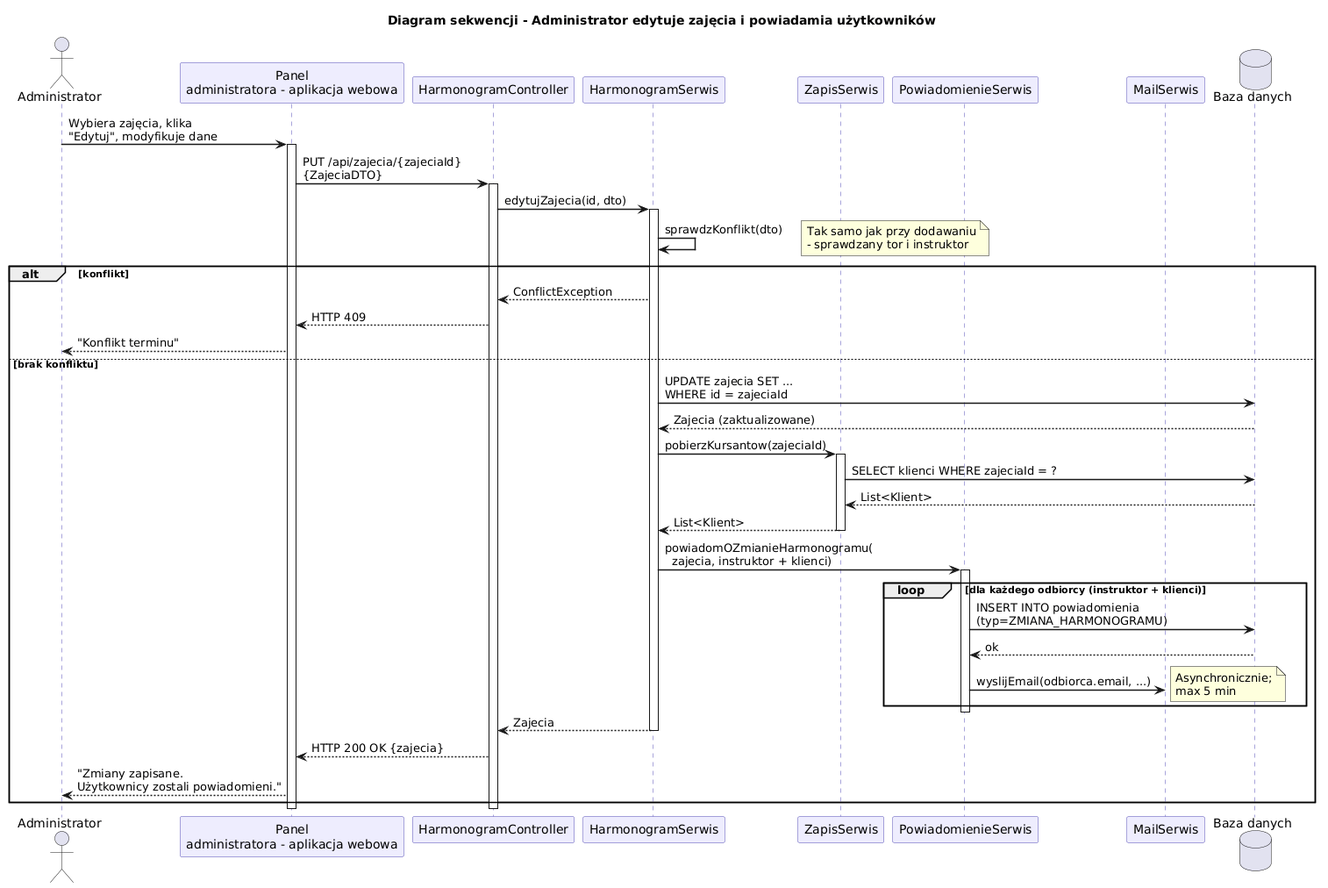
Above: DiagramySekwencji/edycjaZajecSekwencja.png in lukaszdeja/Delfinek (PlantUML), before the change.
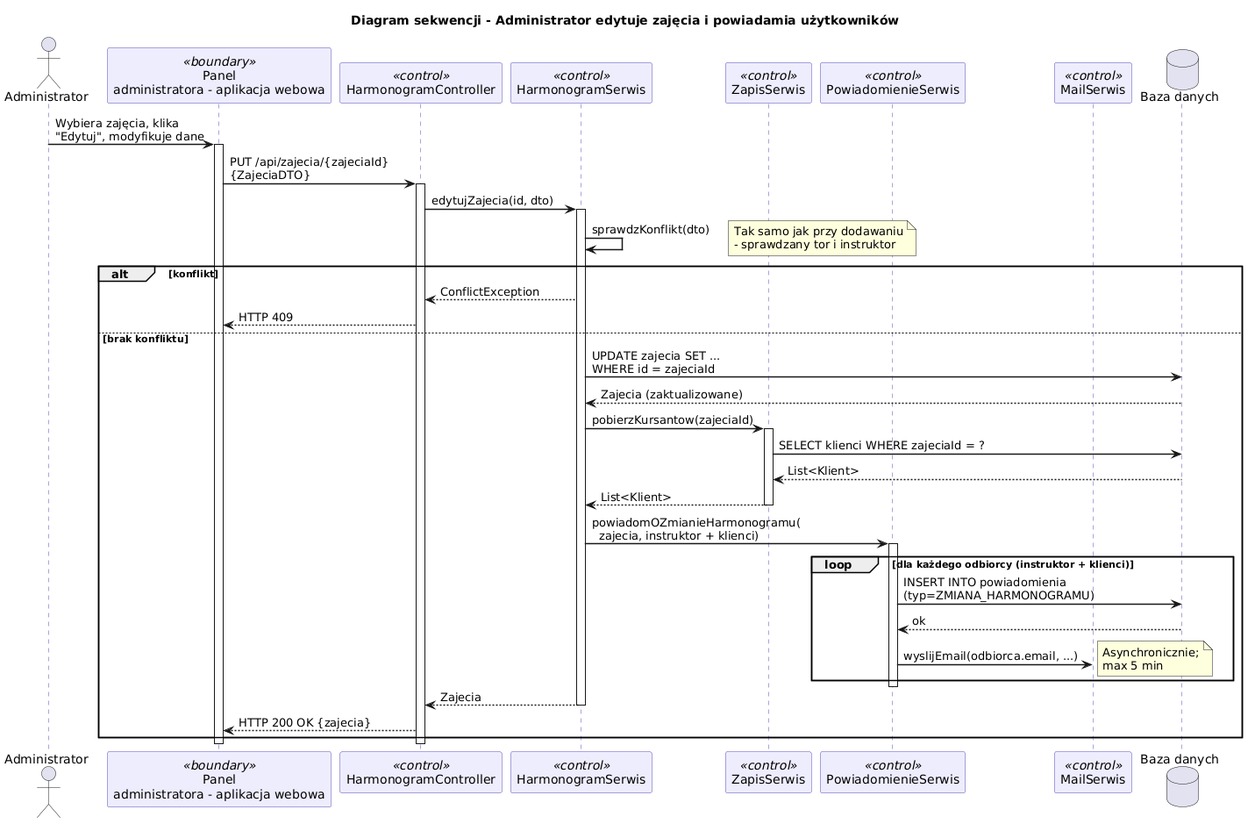
The same diagram one commit later.

What changed in the source:
```diff
@@ -7,12 +7,12 @@
 skinparam sequenceLifeLineBorderColor #534AB7
 
 actor Administrator as A
-participant "Panel\nadministratora - aplikacja webowa" as UI
-participant "HarmonogramController" as CTRL
-participant "HarmonogramSerwis" as HS
-participant "ZapisSerwis" as ZS
-participant "PowiadomienieSerwis" as PS
-participant "MailSerwis" as MAIL
+participant "Panel\nadministratora - aplikacja webowa" as UI <<boundary>>
+participant "HarmonogramController" as CTRL <<control>>
+participant "HarmonogramSerwis" as HS <<control>>
+participant "ZapisSerwis" as ZS <<control>>
+participant "PowiadomienieSerwis" as PS <<control>>
+participant "MailSerwis" as MAIL <<control>>
 database "Baza danych" as DB
 
 A -> UI : Wybiera zajęcia, klika\n"Edytuj", modyfikuje dane
@@ -30,7 +30,6 @@
 alt konflikt
     HS --> CTRL : ConflictException
     CTRL --> UI : HTTP 409
-    UI --> A : "Konflikt terminu"
 else brak konfliktu
     HS -> DB : UPDATE zajecia SET ...\nWHERE id = zajeciaId
     DB --> HS : Zajecia (zaktualizowane)
@@ -57,7 +56,6 @@
     deactivate HS
 
     CTRL --> UI : HTTP 200 OK {zajecia}
-    UI --> A : "Zmiany zapisane.\nUżytkownicy zostali powiadomieni."
 end
 
 deactivate CTRL
```
